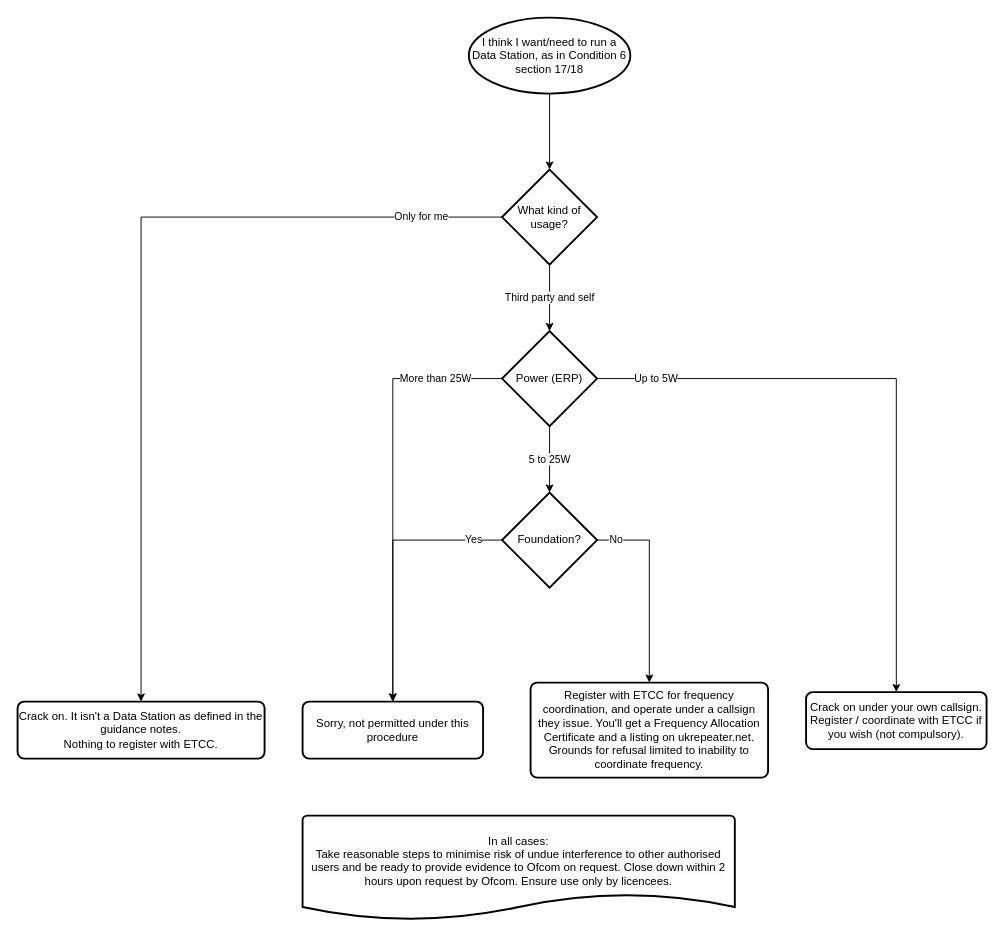
Before: Data Station decision flowchart.drawio in Online-Amateur-Radio-Club-M0OUK/packet-radio-metadata, a draw.io diagram. Source tidied: cells renumbered, new cells numbered last; positions are measured from the earlier drawing's top-left corner, leaving out a move shared by most shapes. Both pictures are drawn from the tidied source at 95%, with x=0, y=0 at pixel (17, 17).
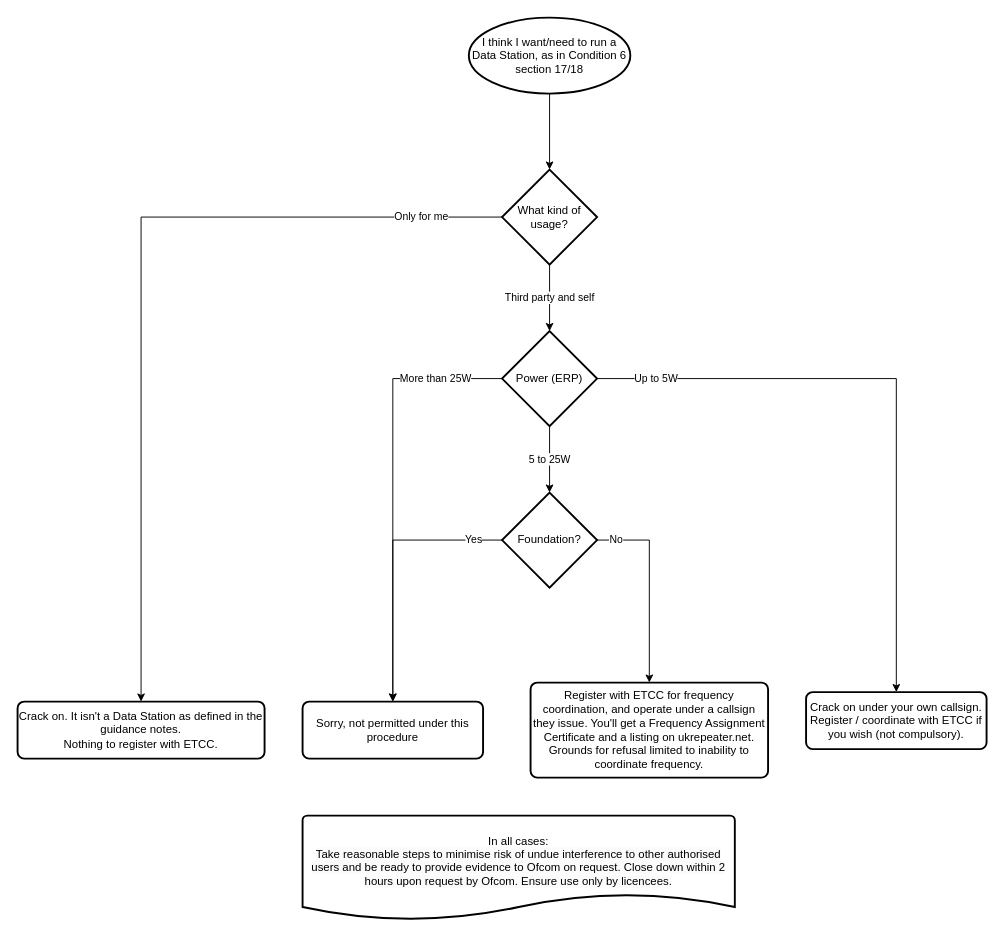
The same page after the edit.

Change to the diagram source:
```diff
@@
-    <mxCell id="4" value="Register with ETCC for frequency coordination, and operate under a callsign they issue. You'll get a Frequency Allocation Certificate and a listing on ukrepeater.net. Grounds for refusal limited to inability to coordinate frequency." style="rounded=1;whiteSpace=wrap;html=1;absoluteArcSize=1;arcSize=14;strokeWidth=2;" parent="1" vertex="1">
+    <mxCell id="4" value="Register with ETCC for frequency coordination, and operate under a callsign they issue. You'll get a Frequency Assignment Certificate and a listing on ukrepeater.net. Grounds for refusal limited to inability to coordinate frequency." style="rounded=1;whiteSpace=wrap;html=1;absoluteArcSize=1;arcSize=14;strokeWidth=2;" parent="1" vertex="1">
       <mxGeometry x="540" y="700" width="250" height="100" as="geometry" />
     </mxCell>
```
